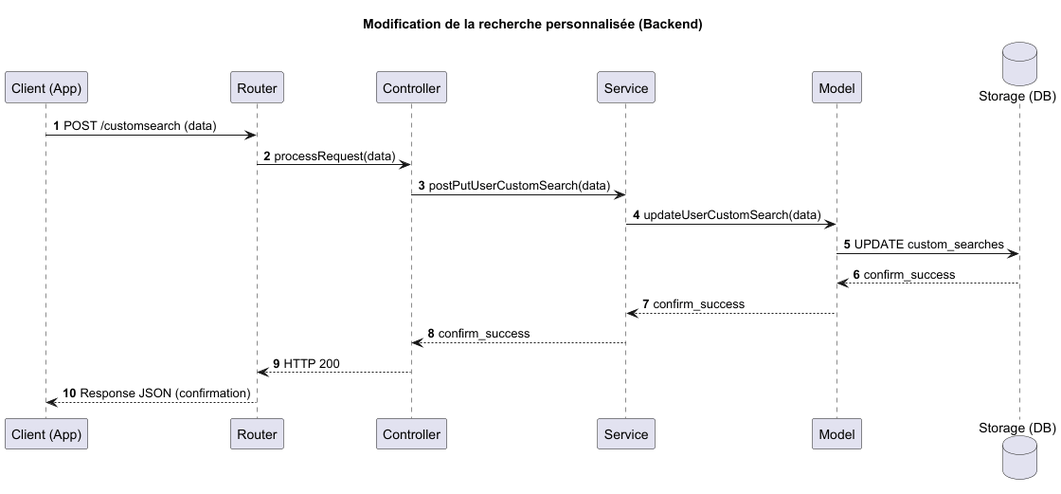
Before: docs/UML/search-history-edit-diagram-Modification_de_la_recherche_personnalisée__Backend_.png, a diagram exported from PlantUML (TPI2026-NewsGenerator/NewsGenerator-Backend).
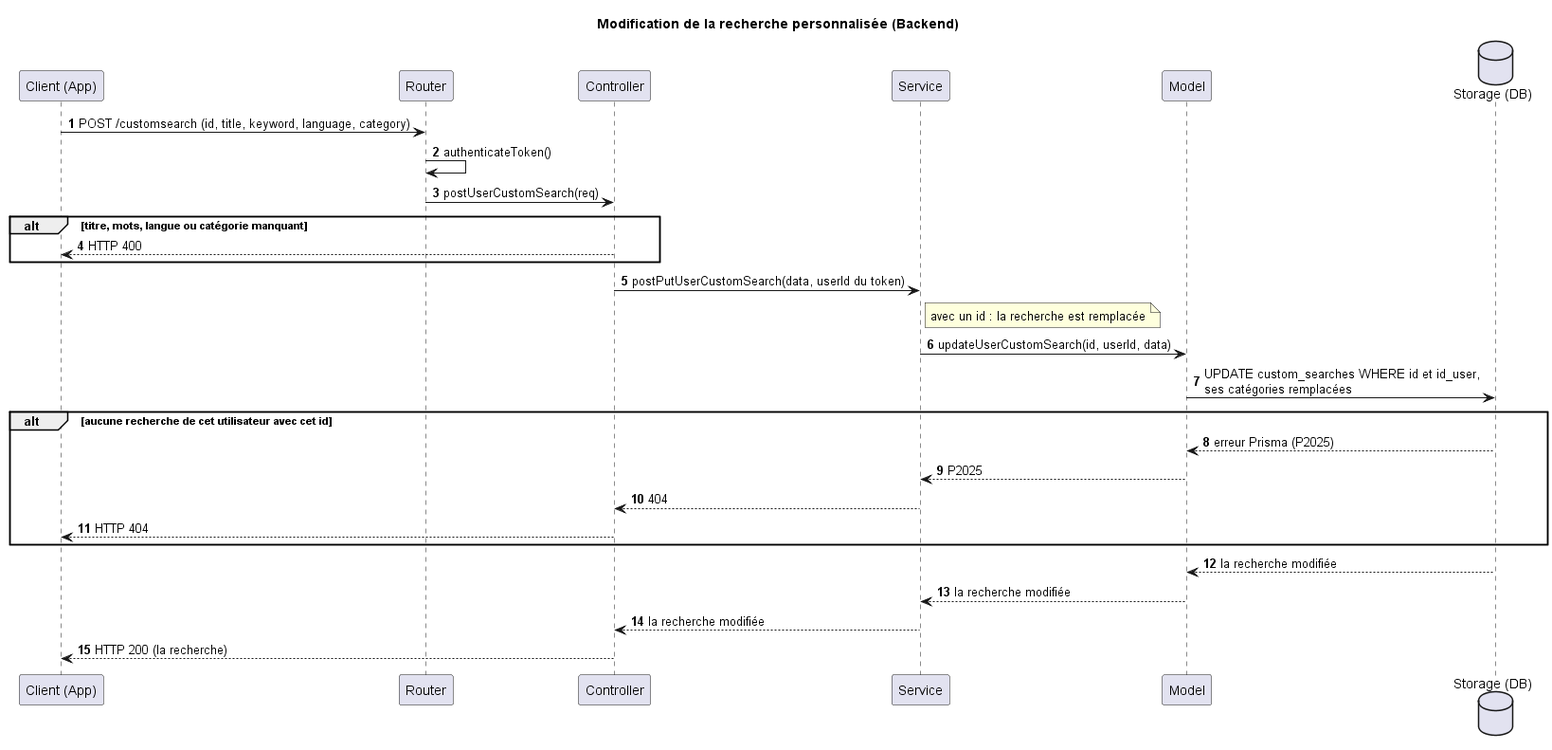
After the change.

The edit, as a diff of the source:
```diff
@@ -10,15 +10,25 @@
 database "Storage (DB)" as Storage
 
 
-Client -> Router : POST /customsearch (data)
-Router -> Controller : processRequest(data)
-Controller -> Service : postPutUserCustomSearch(data)
-Service -> Model : updateUserCustomSearch(data)
-Model -> Storage : UPDATE custom_searches
-Storage --> Model : confirm_success
-Model --> Service : confirm_success
-Service --> Controller : confirm_success
-Controller --> Router : HTTP 200
-Router --> Client : Response JSON (confirmation)
+Client -> Router : POST /customsearch (id, title, keyword, language, category)
+Router -> Router : authenticateToken()
+Router -> Controller : postUserCustomSearch(req)
+alt titre, mots, langue ou catégorie manquant
+    Controller --> Client : HTTP 400
+end
+Controller -> Service : postPutUserCustomSearch(data, userId du token)
+note right of Service : avec un id : la recherche est remplacée
+Service -> Model : updateUserCustomSearch(id, userId, data)
+Model -> Storage : UPDATE custom_searches WHERE id et id_user,\nses catégories remplacées
+alt aucune recherche de cet utilisateur avec cet id
+    Storage --> Model : erreur Prisma (P2025)
+    Model --> Service : P2025
+    Service --> Controller : 404
+    Controller --> Client : HTTP 404
+end
+Storage --> Model : la recherche modifiée
+Model --> Service : la recherche modifiée
+Service --> Controller : la recherche modifiée
+Controller --> Client : HTTP 200 (la recherche)
 
 @enduml
```
